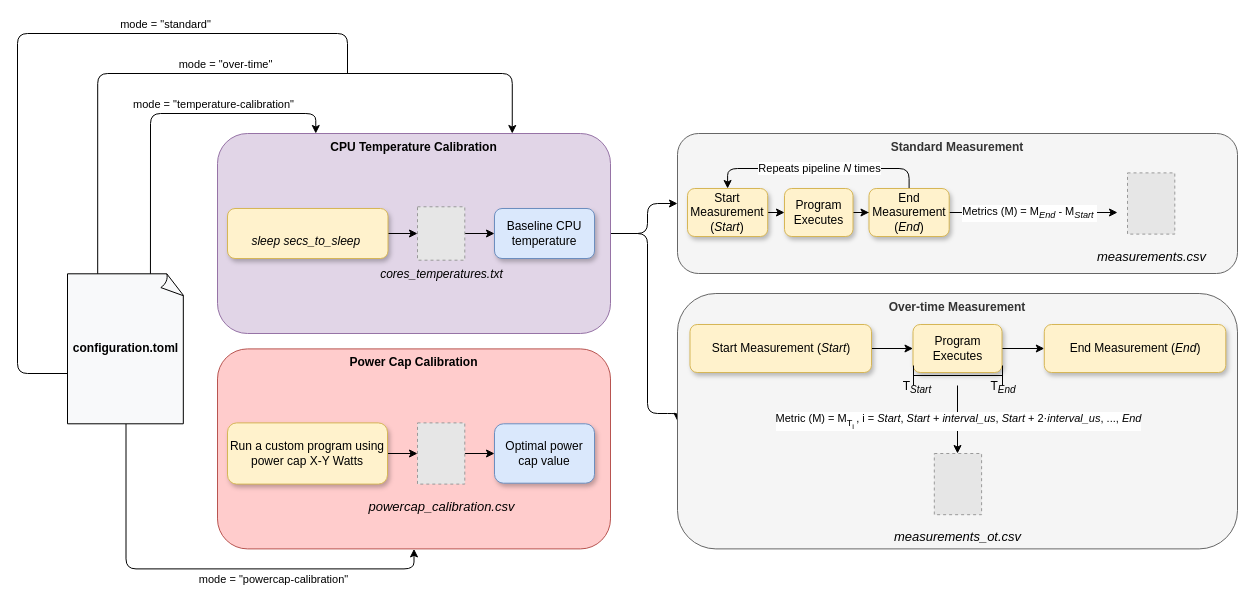
simaocunha71/GreenMeasurer keeps this draw.io diagram as docs/architecture.drawio. Above is the earlier version. Source tidied: cells renumbered, new cells numbered last; positions are measured from the earlier drawing's top-left corner, leaving out a move shared by most shapes. Both pictures are drawn from the tidied source at 100%, with x=0, y=0 at pixel (17, 33). Pictures stored in the file or linked from it are replaced by grey dashed boxes.
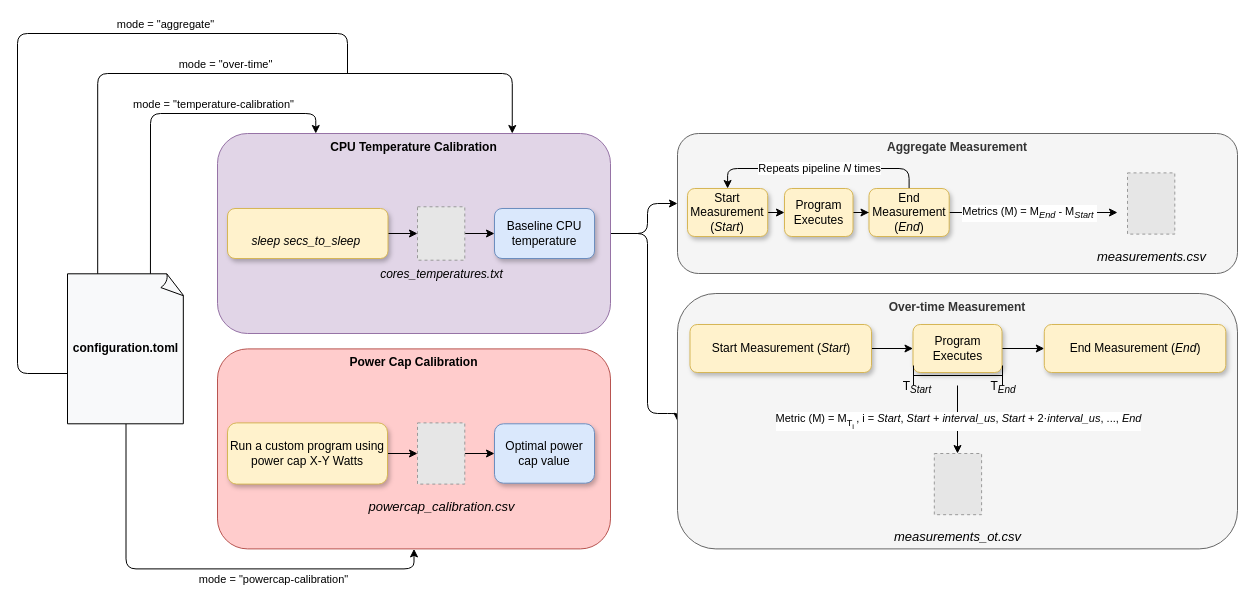
The same diagram, later.

Unchanged cells that the change refers to:
```xml
<mxCell id="39" style="edgeStyle=orthogonalEdgeStyle;rounded=1;jettySize=auto;html=1;defaultLabelBackgroundColor=page;endArrow=none;endFill=0;curved=0;" parent="1" edge="1" source="41">
  <mxGeometry x="-0.08" relative="1" as="geometry">
    <mxPoint x="330" y="40" as="targetPoint" />
    <Array as="points">
      <mxPoint y="340" />
      <mxPoint />
      <mxPoint x="330" />
    </Array>
  </mxGeometry>
</mxCell>
```

Change to the diagram source:
```diff
@@
-    <mxCell id="12" value="&lt;b&gt;Standard Measurement&lt;/b&gt;" style="rounded=1;whiteSpace=wrap;html=1;fillColor=#f5f5f5;strokeColor=#666666;verticalAlign=top;fontColor=#333333;" parent="1" vertex="1">
+    <mxCell id="12" value="&lt;b&gt;Aggregate Measurement&lt;/b&gt;" style="rounded=1;whiteSpace=wrap;html=1;fillColor=#f5f5f5;strokeColor=#666666;verticalAlign=top;fontColor=#333333;" parent="1" vertex="1">
       <mxGeometry x="660" y="100" width="560" height="140" as="geometry" />
     </mxCell>
@@
-    <mxCell id="40" value="mode = &quot;standard&quot;" style="edgeLabel;html=1;align=center;verticalAlign=middle;inheritText=1;defaultLabelBackgroundColor=page;" parent="39" vertex="1">
+    <mxCell id="40" value="mode = &quot;aggregate&quot;" style="edgeLabel;html=1;align=center;verticalAlign=middle;inheritText=1;defaultLabelBackgroundColor=page;" parent="39" vertex="1">
       <mxGeometry x="0.22" y="1" relative="1" as="geometry">
         <mxPoint x="73" y="-9" as="offset" />
       </mxGeometry>
     </mxCell>
```
